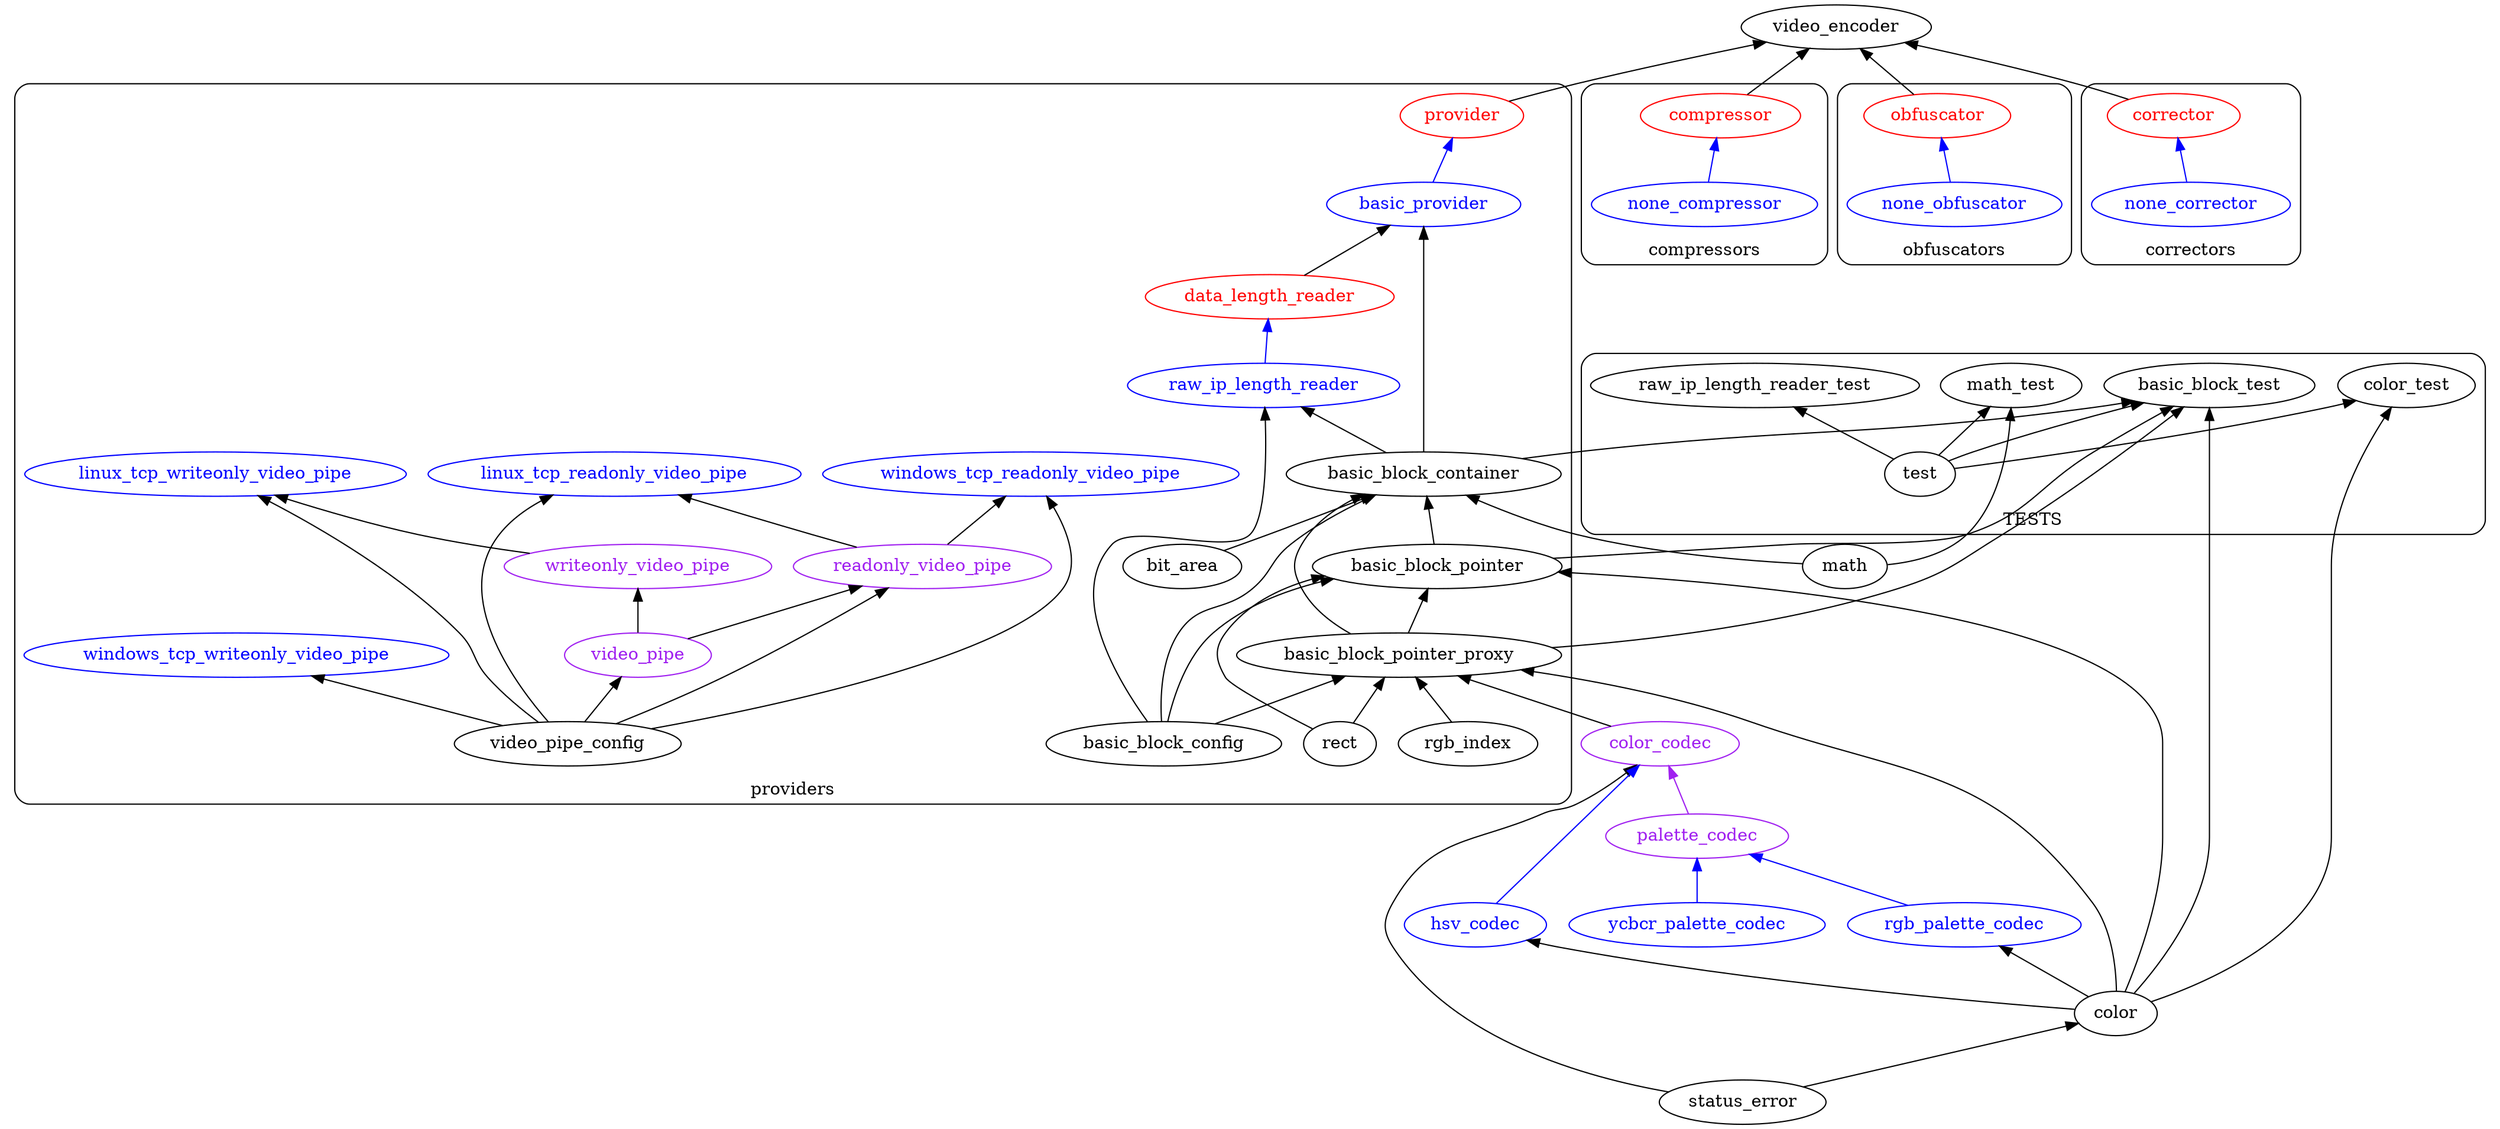
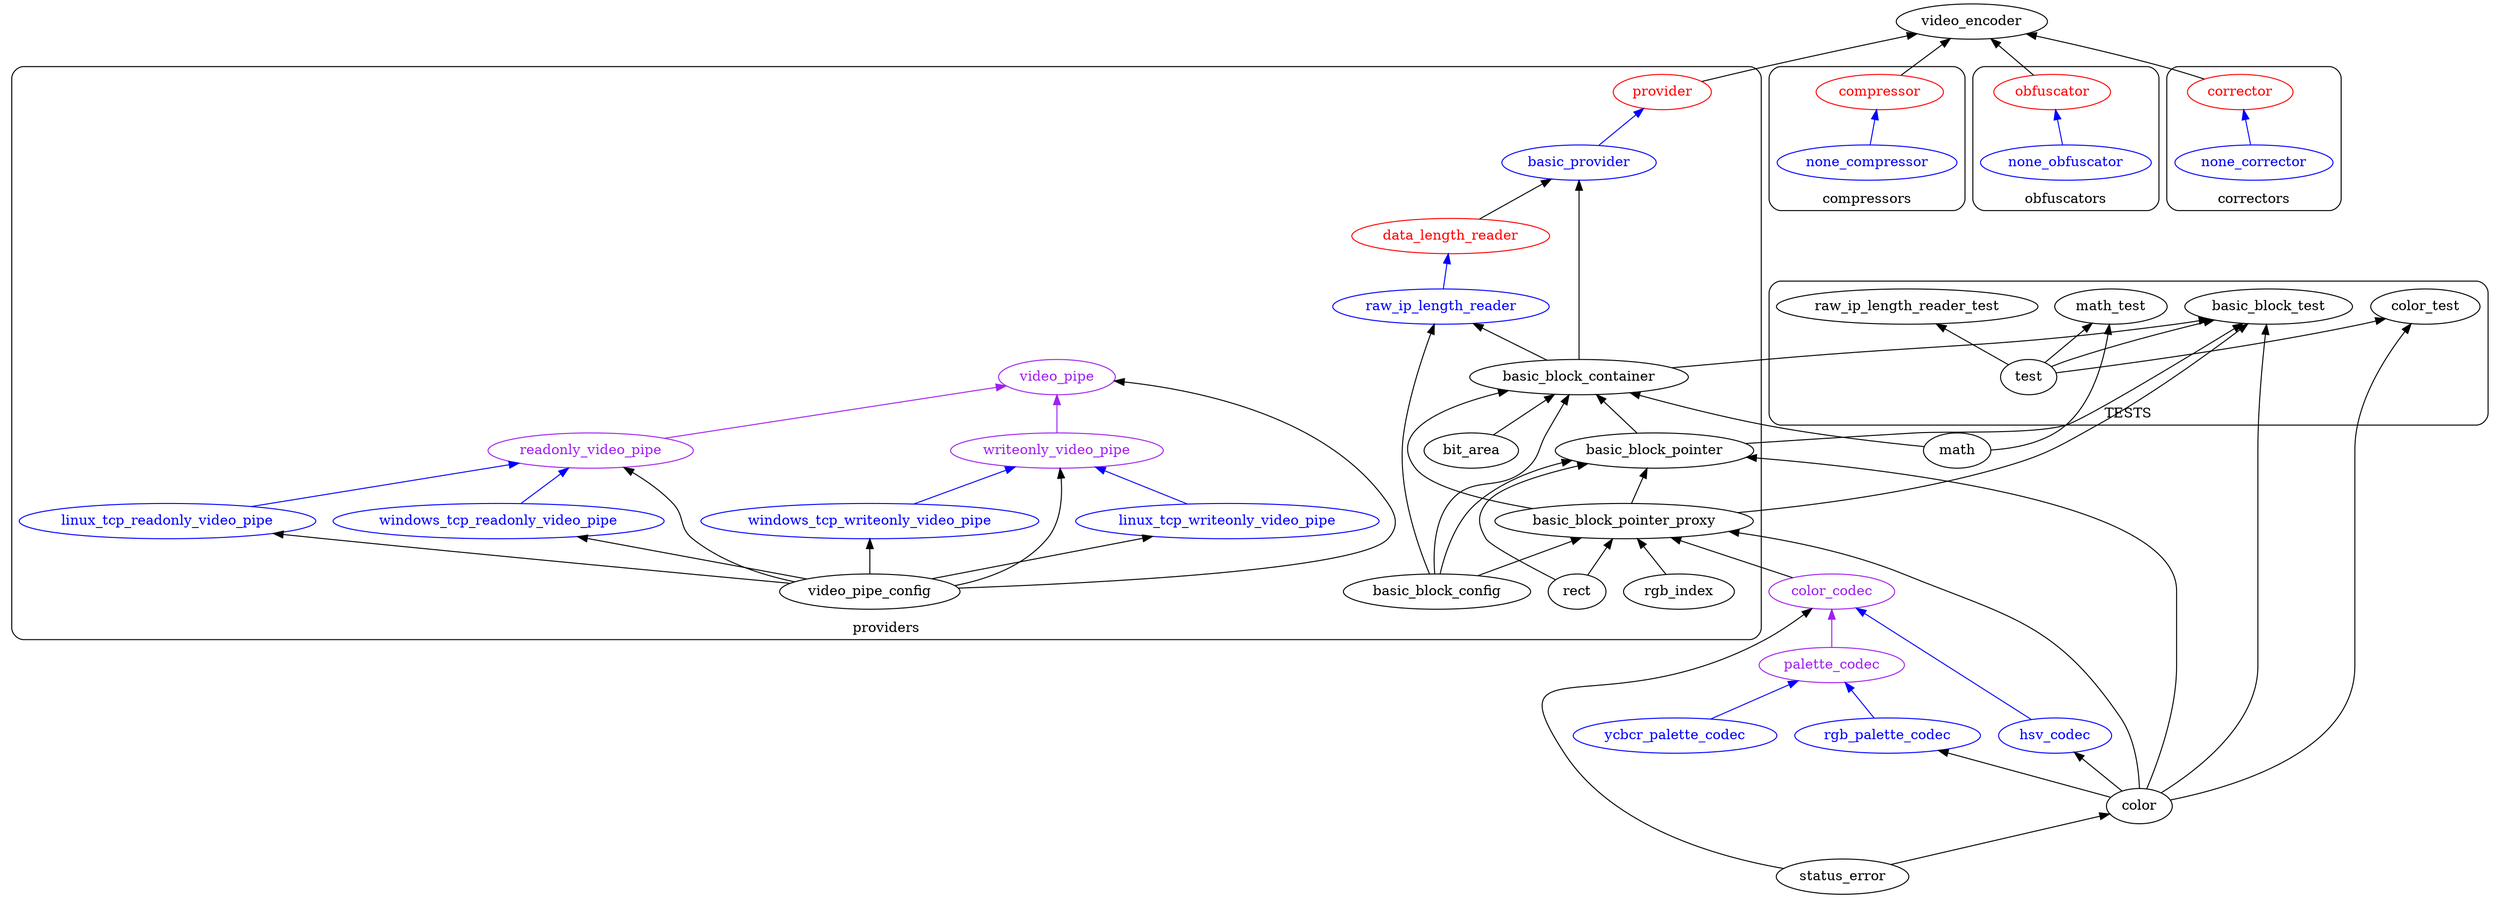
digraph {
    rankdir=BT;

    subgraph src{
        subgraph cluster_providers {
            label="providers";
            style=rounded;
            color=black;

            provider[
                color=red;
                fontcolor=red;
            ];
            basic_provider[
                color=blue;
                fontcolor=blue;
            ];
            subgraph basic_block{
                basic_block_container;
                basic_block_pointer;
                basic_block_pointer_proxy;
                data_length_reader [
                    color=red;
                    fontcolor=red;
                ];
                raw_ip_length_reader[
                    color=blue;
                    fontcolor=blue;
                ];
                bit_area;

                basic_provider->provider [color=blue;];

                basic_block_container->basic_provider [weight=1000; ];

                basic_block_pointer->basic_block_container;

                basic_block_pointer_proxy->basic_block_pointer;
                basic_block_pointer_proxy->basic_block_container;

                bit_area->basic_block_container;
            }

            subgraph data_length_reader{
                raw_ip_length_reader->data_length_reader [color = blue;];
                data_length_reader->basic_provider;

                basic_block_container->raw_ip_length_reader [weight=0.1;];
            }

            subgraph video_pipes {
                video_pipe_config;
                video_pipe [color=purple; fontcolor = purple;];
                readonly_video_pipe [color=purple; fontcolor = purple;];
                writeonly_video_pipe [color=purple; fontcolor = purple;];
                linux_tcp_readonly_video_pipe [color=blue; fontcolor = blue;];
                linux_tcp_writeonly_video_pipe [color=blue; fontcolor = blue;];
                windows_tcp_readonly_video_pipe [color=blue; fontcolor = blue;];
                windows_tcp_writeonly_video_pipe [color=blue; fontcolor = blue;];

-                 video_pipe->readonly_video_pipe;
-                 video_pipe->writeonly_video_pipe;
-                 readonly_video_pipe->linux_tcp_readonly_video_pipe;
-                 writeonly_video_pipe->linux_tcp_writeonly_video_pipe;
-                 readonly_video_pipe->windows_tcp_readonly_video_pipe;
+                 readonly_video_pipe->video_pipe [color=purple;];
+                 writeonly_video_pipe->video_pipe [color=purple;];
+                 linux_tcp_readonly_video_pipe->readonly_video_pipe [color=blue;];
+                 linux_tcp_writeonly_video_pipe->writeonly_video_pipe [color=blue;];
+                 windows_tcp_readonly_video_pipe->readonly_video_pipe [color=blue;];
+                 windows_tcp_writeonly_video_pipe->writeonly_video_pipe [color=blue;];

                video_pipe_config->video_pipe;
                video_pipe_config->readonly_video_pipe;
+                 video_pipe_config->writeonly_video_pipe;
                video_pipe_config->linux_tcp_readonly_video_pipe;
                video_pipe_config->linux_tcp_writeonly_video_pipe;
                video_pipe_config->windows_tcp_readonly_video_pipe;
                video_pipe_config->windows_tcp_writeonly_video_pipe;
- 
            }

            basic_block_config;
            rect;
            rgb_index;

            basic_block_config->basic_block_container;
            basic_block_config->basic_block_pointer;
            basic_block_config->basic_block_pointer_proxy;
            basic_block_config->raw_ip_length_reader;

            rect->basic_block_pointer_proxy;
            rect->basic_block_pointer;

            rgb_index->basic_block_pointer_proxy;
        }
        subgraph cluster_compressors {
            label="compressors";
            style=rounded;
            color=black;
            compressor [
                color=red;
                fontcolor=red;
            ];
            none_compressor [
                color=blue;
                fontcolor=blue;
            ];
            none_compressor->compressor [color=blue];
        }

        subgraph cluster_obfuscators
        {
            label="obfuscators";
            style=rounded;
            color=black;

            obfuscator[
                color = red;
                fontcolor=red;
            ];
            none_obfuscator [
                color=blue;
                fontcolor=blue;
            ];

            none_obfuscator->obfuscator [color=blue];
        }

        subgraph cluster_correctors{
            label="correctors";
            style=rounded;
            color=black;

            corrector[
                color = red;
                fontcolor=red;
            ];
            none_corrector [
                color=blue;
                fontcolor=blue;
            ];

            none_corrector->corrector [color=blue];
        }

        video_encoder;
        color;
        status_error;
        math;
        color_codec [
            color=purple;
            fontcolor=purple;
        ];
        hsv_codec [
            color=blue;
            fontcolor=blue;
        ];
        palette_codec[
            color=purple;
            fontcolor=purple;
        ];
        rgb_palette_codec[
            color=blue;
            fontcolor=blue;
        ];
        ycbcr_palette_codec[
            color=blue;
            fontcolor=blue;
        ];

        provider->video_encoder;
        compressor->video_encoder;
        obfuscator->video_encoder;
        corrector->video_encoder;

        color->basic_block_pointer_proxy [minlen=1];
        color->basic_block_pointer [minlen=1];
        color->rgb_palette_codec;
        color->hsv_codec;

        status_error->color;
        status_error->color_codec;

        math->basic_block_container;

        color_codec->basic_block_pointer_proxy;
        hsv_codec->color_codec [color=blue; ];
        palette_codec->color_codec[color=purple;];
        rgb_palette_codec->palette_codec [color=blue;];
        ycbcr_palette_codec->palette_codec [color=blue];
    }

    subgraph cluster_test{
        style=rounded;
        label="TESTS";
        subgraph lib{
            test;
        }

        color_test;
        basic_block_test;
        raw_ip_length_reader_test;
        math_test;

        test->color_test;
        test->basic_block_test;
        test->raw_ip_length_reader_test;
        test->math_test;
    }

    color->basic_block_test [minlen=3];
    color->color_test [minlen=3];

    math->math_test;

    basic_block_pointer_proxy->basic_block_test;
    basic_block_container->basic_block_test;
    basic_block_pointer->basic_block_test;
}